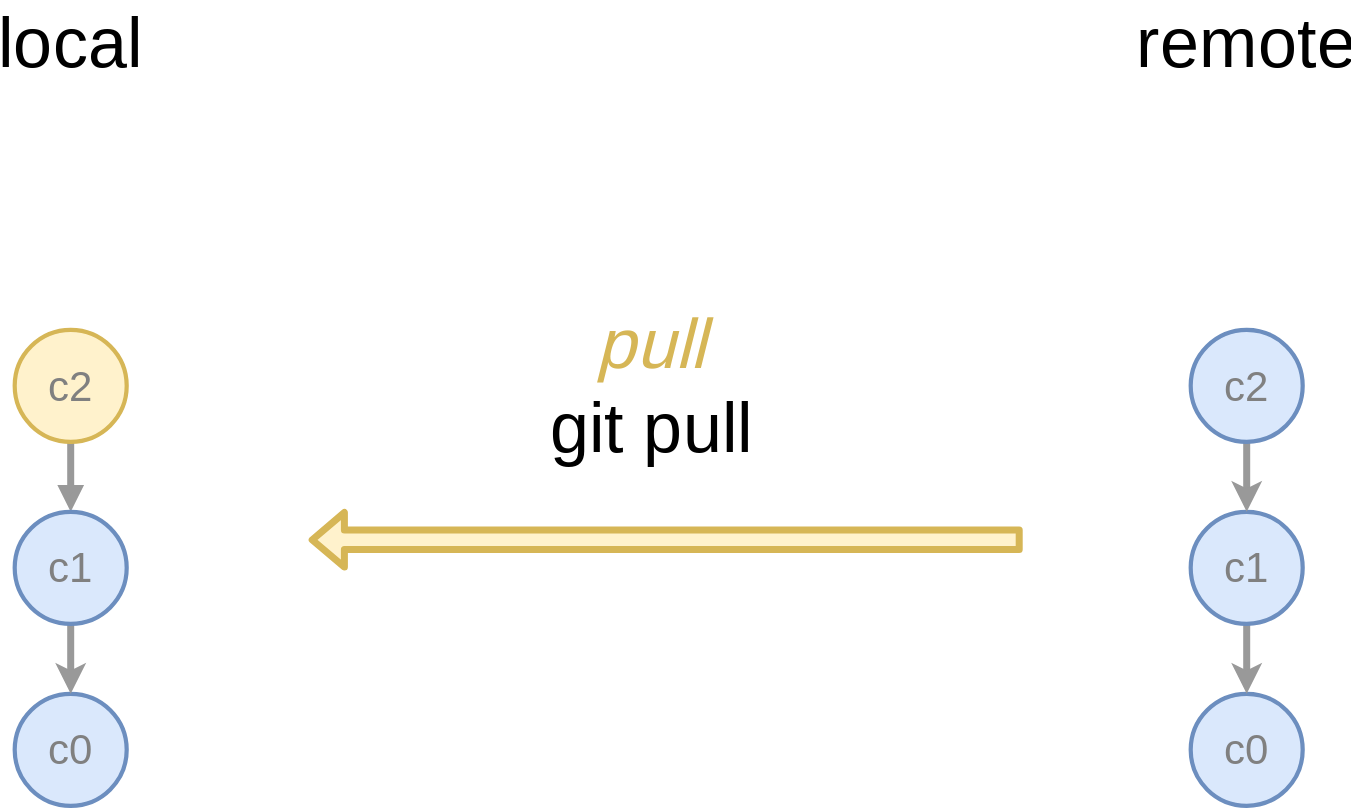
Earlier version of the draw.io export public/local-vs-remote-repos-remote-changes-pull.svg (tvannoy/intro-to-git). Source tidied: cells renumbered, new cells last; positions are measured from the earlier drawing's top-left corner, leaving out a move shared by most shapes.
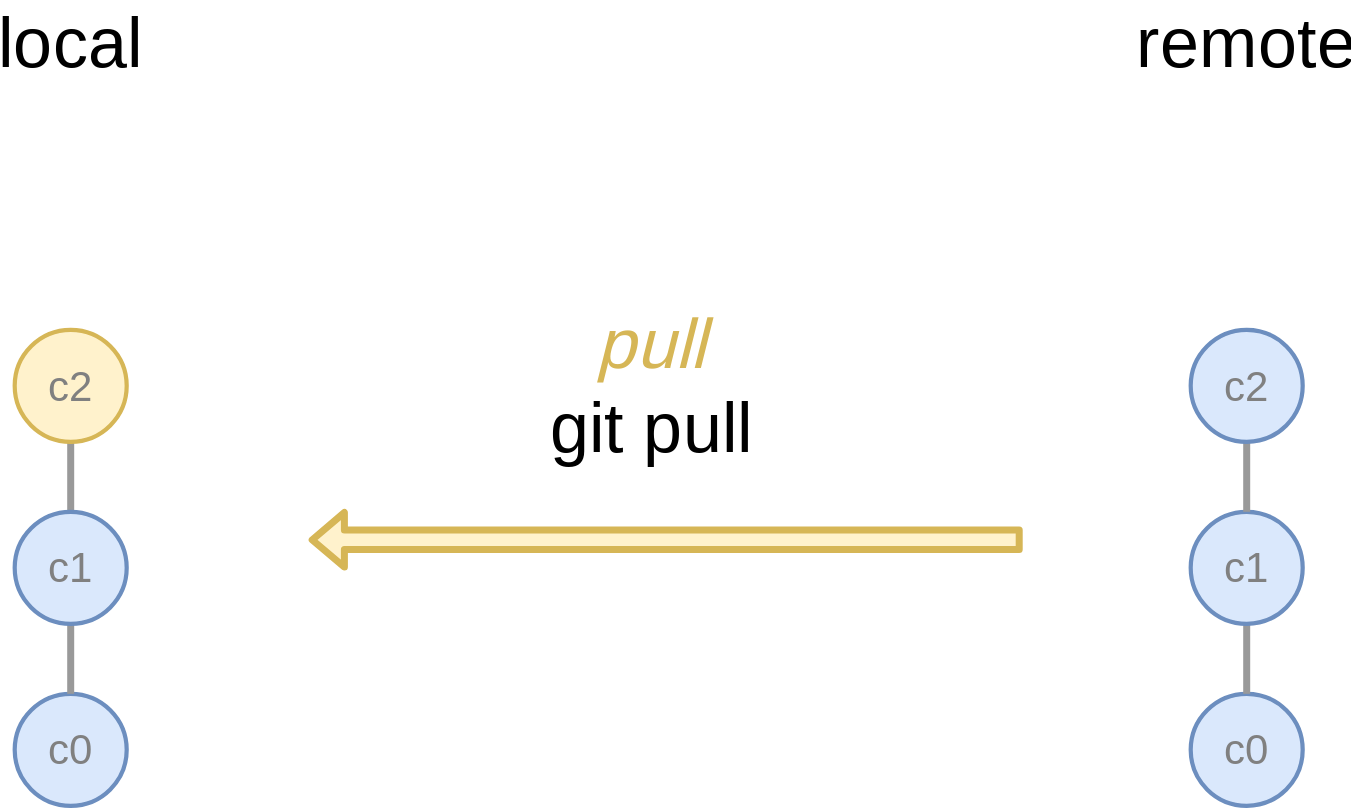
Later version of the same file.

The edit, as a diff of the source:
```diff
@@ -5,10 +5,10 @@
     <mxCell id="2" value="c0" style="ellipse;whiteSpace=wrap;html=1;fillColor=#dae8fc;strokeColor=#6c8ebf;strokeWidth=3;fontSize=30;fontFamily=Source Sans Pro;fontSource=https%3A%2F%2Ffonts.googleapis.com%2Fcss%3Ffamily%3DSource%2BSans%2BPro;fontColor=#808080;" parent="1" vertex="1">
       <mxGeometry y="480" width="80" height="80" as="geometry" />
     </mxCell>
-    <mxCell id="3" style="edgeStyle=orthogonalEdgeStyle;jettySize=auto;html=1;exitX=0.5;exitY=1;exitDx=0;exitDy=0;entryX=0.5;entryY=0;entryDx=0;entryDy=0;fontFamily=Source Sans Pro;fontSource=https%3A%2F%2Ffonts.googleapis.com%2Fcss%3Ffamily%3DSource%2BSans%2BPro;fontSize=50;curved=1;strokeColor=#999999;strokeWidth=5;" parent="1" edge="1" source="5" target="2">
+    <mxCell id="3" style="edgeStyle=orthogonalEdgeStyle;jettySize=auto;html=1;exitX=0.5;exitY=1;exitDx=0;exitDy=0;entryX=0.5;entryY=0;entryDx=0;entryDy=0;fontFamily=Source Sans Pro;fontSource=https%3A%2F%2Ffonts.googleapis.com%2Fcss%3Ffamily%3DSource%2BSans%2BPro;fontSize=50;curved=1;strokeColor=#999999;strokeWidth=5;endArrow=none;endFill=0;" parent="1" edge="1" source="5" target="2">
       <mxGeometry relative="1" as="geometry" />
     </mxCell>
-    <mxCell id="4" style="edgeStyle=orthogonalEdgeStyle;curved=1;jettySize=auto;html=1;exitX=0.5;exitY=0;exitDx=0;exitDy=0;entryX=0.5;entryY=1;entryDx=0;entryDy=0;strokeColor=#999999;strokeWidth=5;fontFamily=Source Sans Pro;fontSource=https%3A%2F%2Ffonts.googleapis.com%2Fcss%3Ffamily%3DSource%2BSans%2BPro;fontSize=50;fontColor=#D6B656;startArrow=block;endArrow=none;endFill=0;" parent="1" edge="1" source="5" target="15">
+    <mxCell id="4" style="edgeStyle=orthogonalEdgeStyle;curved=1;jettySize=auto;html=1;exitX=0.5;exitY=0;exitDx=0;exitDy=0;entryX=0.5;entryY=1;entryDx=0;entryDy=0;strokeColor=#999999;strokeWidth=5;fontFamily=Source Sans Pro;fontSource=https%3A%2F%2Ffonts.googleapis.com%2Fcss%3Ffamily%3DSource%2BSans%2BPro;fontSize=50;fontColor=#D6B656;startArrow=none;endArrow=none;endFill=0;startFill=0;" parent="1" edge="1" source="5" target="15">
       <mxGeometry relative="1" as="geometry" />
     </mxCell>
     <mxCell id="5" value="c1" style="ellipse;whiteSpace=wrap;html=1;fillColor=#dae8fc;strokeColor=#6c8ebf;strokeWidth=3;fontSize=30;fontFamily=Source Sans Pro;fontSource=https%3A%2F%2Ffonts.googleapis.com%2Fcss%3Ffamily%3DSource%2BSans%2BPro;fontColor=#808080;" parent="1" vertex="1">
@@ -23,13 +23,13 @@
     <mxCell id="8" value="remote" style="text;html=1;strokeColor=none;fillColor=none;align=center;verticalAlign=middle;whiteSpace=wrap;rounded=0;fontFamily=Source Sans Pro;fontSource=https%3A%2F%2Ffonts.googleapis.com%2Fcss%3Ffamily%3DSource%2BSans%2BPro;fontSize=50;" parent="1" vertex="1">
       <mxGeometry x="850" width="60" height="30" as="geometry" />
     </mxCell>
-    <mxCell id="9" style="edgeStyle=orthogonalEdgeStyle;curved=1;jettySize=auto;html=1;exitX=0.5;exitY=1;exitDx=0;exitDy=0;entryX=0.5;entryY=0;entryDx=0;entryDy=0;strokeColor=#999999;strokeWidth=5;fontFamily=Source Sans Pro;fontSource=https%3A%2F%2Ffonts.googleapis.com%2Fcss%3Ffamily%3DSource%2BSans%2BPro;fontSize=50;" parent="1" edge="1" source="10" target="6">
+    <mxCell id="9" style="edgeStyle=orthogonalEdgeStyle;curved=1;jettySize=auto;html=1;exitX=0.5;exitY=1;exitDx=0;exitDy=0;entryX=0.5;entryY=0;entryDx=0;entryDy=0;strokeColor=#999999;strokeWidth=5;fontFamily=Source Sans Pro;fontSource=https%3A%2F%2Ffonts.googleapis.com%2Fcss%3Ffamily%3DSource%2BSans%2BPro;fontSize=50;endArrow=none;endFill=0;" parent="1" edge="1" source="10" target="6">
       <mxGeometry relative="1" as="geometry" />
     </mxCell>
     <mxCell id="10" value="&lt;span style=&quot;color: rgb(128, 128, 128); font-family: &amp;quot;Source Sans Pro&amp;quot;; font-size: 30px;&quot;&gt;c1&lt;/span&gt;" style="ellipse;whiteSpace=wrap;html=1;fillColor=#dae8fc;strokeColor=#6c8ebf;strokeWidth=3;fontSize=12;fontFamily=Helvetica;fontSource=https%3A%2F%2Ffonts.googleapis.com%2Fcss%3Ffamily%3DSource%2BSans%2BPro;" parent="1" vertex="1">
       <mxGeometry x="840" y="350" width="80" height="80" as="geometry" />
     </mxCell>
-    <mxCell id="11" style="edgeStyle=orthogonalEdgeStyle;curved=1;jettySize=auto;html=1;exitX=0.5;exitY=1;exitDx=0;exitDy=0;entryX=0.5;entryY=0;entryDx=0;entryDy=0;strokeColor=#999999;strokeWidth=5;fontFamily=Source Sans Pro;fontSource=https%3A%2F%2Ffonts.googleapis.com%2Fcss%3Ffamily%3DSource%2BSans%2BPro;fontSize=50;" parent="1" edge="1" source="12" target="10">
+    <mxCell id="11" style="edgeStyle=orthogonalEdgeStyle;curved=1;jettySize=auto;html=1;exitX=0.5;exitY=1;exitDx=0;exitDy=0;entryX=0.5;entryY=0;entryDx=0;entryDy=0;strokeColor=#999999;strokeWidth=5;fontFamily=Source Sans Pro;fontSource=https%3A%2F%2Ffonts.googleapis.com%2Fcss%3Ffamily%3DSource%2BSans%2BPro;fontSize=50;endArrow=none;endFill=0;" parent="1" edge="1" source="12" target="10">
       <mxGeometry relative="1" as="geometry" />
     </mxCell>
     <mxCell id="12" value="&lt;span style=&quot;color: rgb(128, 128, 128); font-family: &amp;quot;Source Sans Pro&amp;quot;; font-size: 30px;&quot;&gt;c2&lt;/span&gt;" style="ellipse;whiteSpace=wrap;html=1;fillColor=#dae8fc;strokeColor=#6c8ebf;strokeWidth=3;" parent="1" vertex="1">
```
